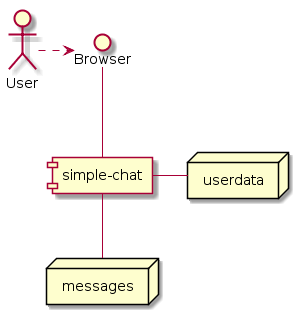
Before: images/uml/businessContext.png, a diagram exported from PlantUML (mszalbach/simple-chat).
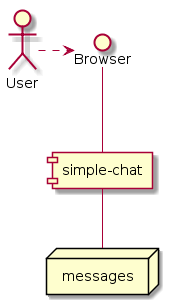
The same diagram one commit later.

Diff of the diagram source:
```diff
@@ -3,8 +3,6 @@
 component "simple-chat" as system
 User .> ()Browser
 Browser -- system
-node userdata
 node messages
-system - userdata
 system -- messages
 @enduml
```
